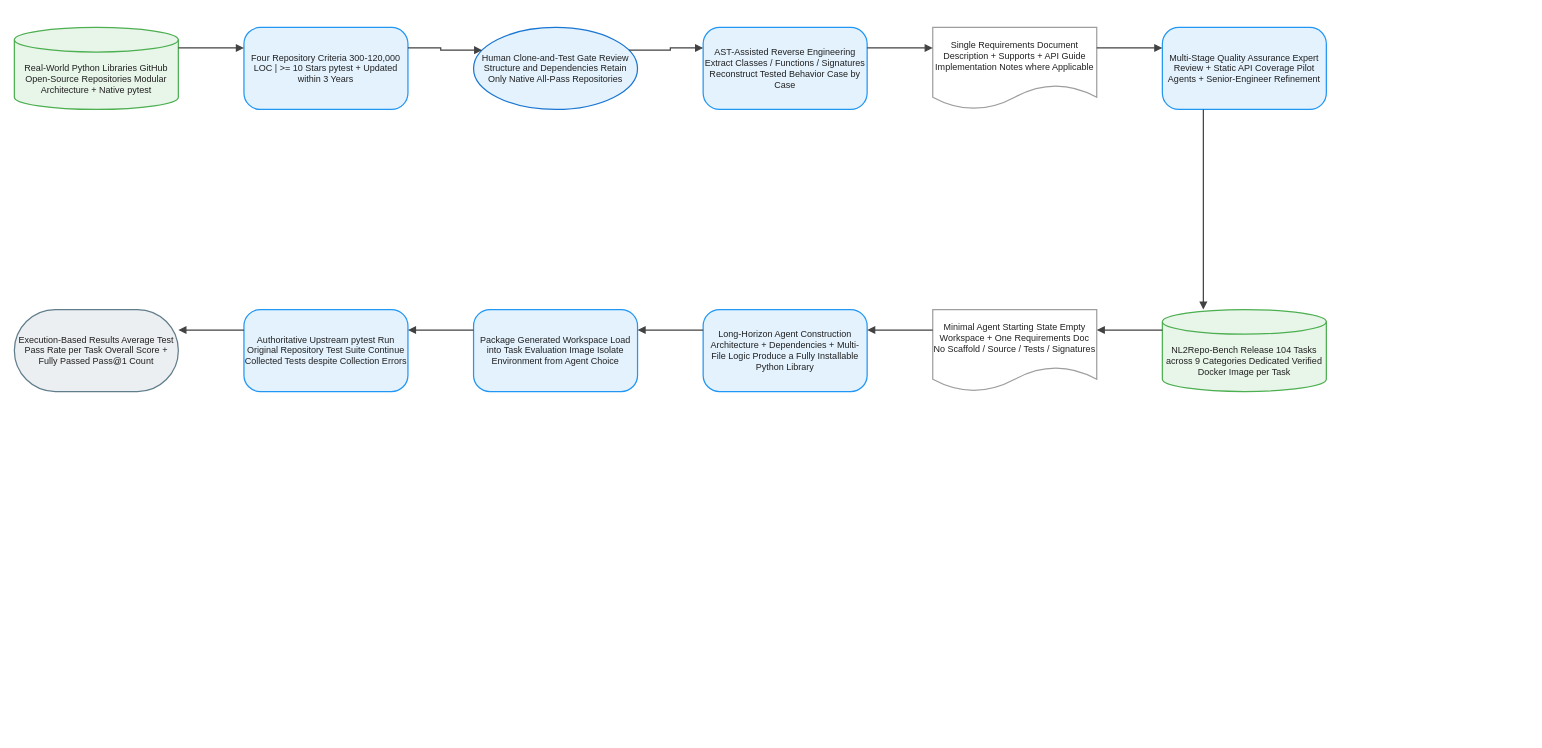
Before: client/public/drawio/NL2Repo-Bench/NL2Repo-Bench.en.drawio in joe1chief/benchmark-hub, a draw.io diagram. Source tidied: cells renumbered, new cells numbered last; positions are measured from the earlier drawing's top-left corner, leaving out a move shared by most shapes. Both pictures are drawn from the tidied source at 82%, with x=0, y=0 at pixel (14, 27).
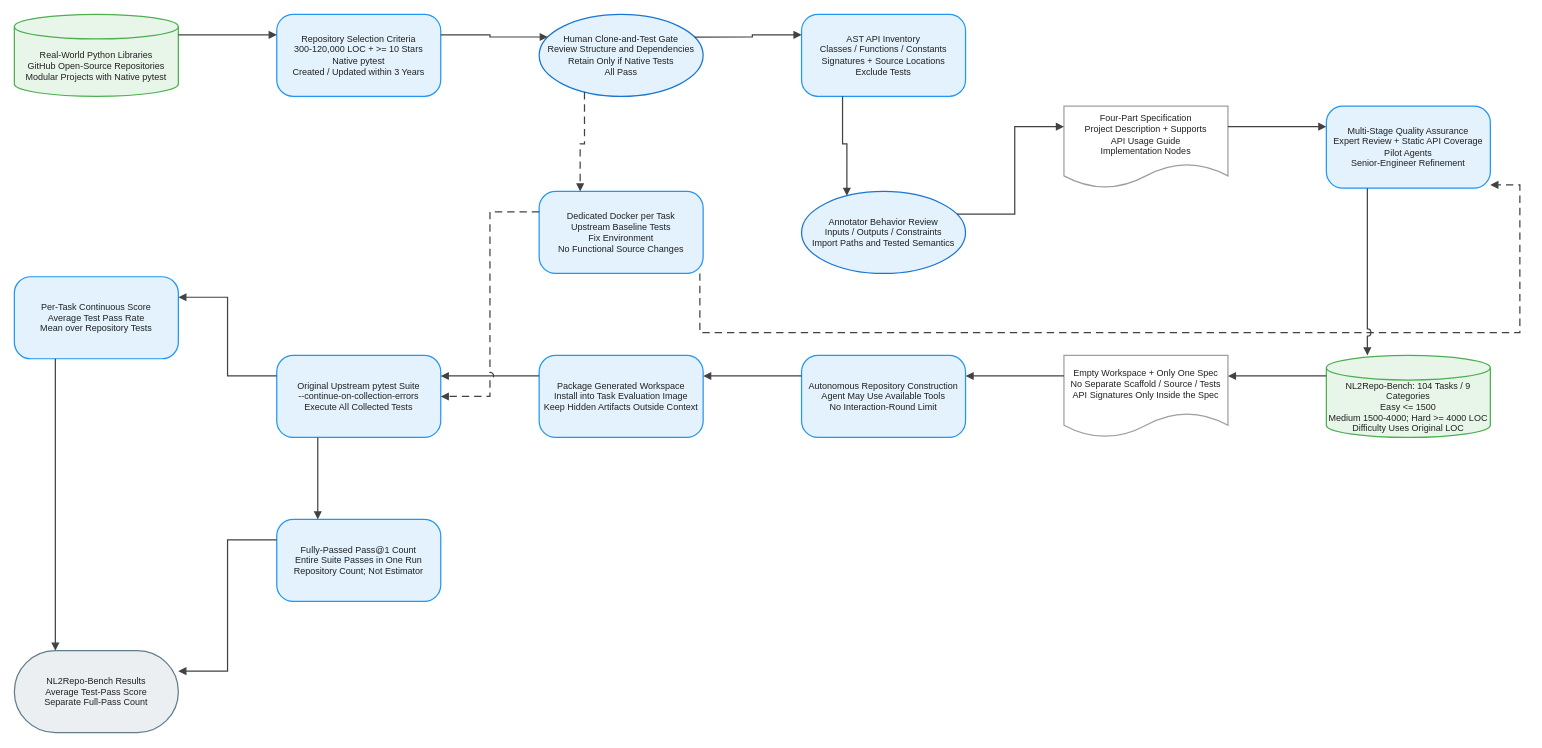
The same page after the edit.

Change to the diagram source:
```diff
@@
-    <mxCell id="2" value="Real-World Python Libraries GitHub Open-Source Repositories Modular Architecture + Native pytest" style="shape=cylinder3;boundedLbl=1;backgroundOutline=1;size=15;html=1;whiteSpace=wrap;fillColor=#E8F5E9;strokeColor=#4CAF50;strokeWidth=1.5;fontColor=#212121;fontSize=11;fontFamily=Arial, Helvetica, sans-serif;verticalAlign=middle;align=center;" parent="1" vertex="1">
-      <mxGeometry width="200" height="100" as="geometry" />
+    <mxCell id="2" value="Real-World Python Libraries&#10;GitHub Open-Source Repositories&#10;Modular Projects with Native pytest" style="shape=cylinder3;boundedLbl=1;backgroundOutline=1;size=15;html=0;convertToSvg=1;whiteSpace=wrap;fillColor=#E8F5E9;strokeColor=#4CAF50;strokeWidth=1.5;fontColor=#212121;fontSize=11;fontFamily=Arial, Helvetica, sans-serif;verticalAlign=middle;align=center;" parent="1" vertex="1">
+      <mxGeometry y="-16" width="200" height="100" as="geometry" />
     </mxCell>
-    <mxCell id="3" value="Four Repository Criteria 300-120,000 LOC | &gt;= 10 Stars pytest + Updated within 3 Years" style="rounded=1;arcSize=20;html=1;whiteSpace=wrap;fillColor=#E3F2FD;strokeColor=#2196F3;strokeWidth=1.5;fontColor=#212121;fontSize=11;fontFamily=Arial, Helvetica, sans-serif;verticalAlign=middle;align=center;" parent="1" vertex="1">
-      <mxGeometry x="280" width="200" height="100" as="geometry" />
+    <mxCell id="3" value="Repository Selection Criteria&#10;300-120,000 LOC + &gt;= 10 Stars&#10;Native pytest&#10;Created / Updated within 3 Years" style="rounded=1;arcSize=20;html=0;convertToSvg=1;whiteSpace=wrap;fillColor=#E3F2FD;strokeColor=#2196F3;strokeWidth=1.5;fontColor=#212121;fontSize=11;fontFamily=Arial, Helvetica, sans-serif;verticalAlign=middle;align=center;" parent="1" vertex="1">
+      <mxGeometry x="320" y="-16" width="200" height="100" as="geometry" />
     </mxCell>
-    <mxCell id="4" value="Human Clone-and-Test Gate Review Structure and Dependencies Retain Only Native All-Pass Repositories" style="ellipse;html=1;whiteSpace=wrap;fillColor=#E3F2FD;strokeColor=#1976D2;strokeWidth=1.5;fontColor=#212121;fontSize=11;fontFamily=Arial, Helvetica, sans-serif;verticalAlign=middle;align=center;" parent="1" vertex="1">
-      <mxGeometry x="560" width="200" height="100" as="geometry" />
+    <mxCell id="4" value="Human Clone-and-Test Gate&#10;Review Structure and Dependencies&#10;Retain Only if Native Tests&#10;All Pass" style="ellipse;html=0;convertToSvg=1;whiteSpace=wrap;fillColor=#E3F2FD;strokeColor=#1976D2;strokeWidth=1.5;fontColor=#212121;fontSize=11;fontFamily=Arial, Helvetica, sans-serif;verticalAlign=middle;align=center;" parent="1" vertex="1">
+      <mxGeometry x="640" y="-16" width="200" height="100" as="geometry" />
     </mxCell>
-    <mxCell id="5" value="AST-Assisted Reverse Engineering Extract Classes / Functions / Signatures Reconstruct Tested Behavior Case by Case" style="rounded=1;arcSize=20;html=1;whiteSpace=wrap;fillColor=#E3F2FD;strokeColor=#2196F3;strokeWidth=1.5;fontColor=#212121;fontSize=11;fontFamily=Arial, Helvetica, sans-serif;verticalAlign=middle;align=center;" parent="1" vertex="1">
-      <mxGeometry x="840" width="200" height="100" as="geometry" />
+    <mxCell id="5" value="AST API Inventory&#10;Classes / Functions / Constants&#10;Signatures + Source Locations&#10;Exclude Tests" style="rounded=1;arcSize=20;html=0;convertToSvg=1;whiteSpace=wrap;fillColor=#E3F2FD;strokeColor=#2196F3;strokeWidth=1.5;fontColor=#212121;fontSize=11;fontFamily=Arial, Helvetica, sans-serif;verticalAlign=middle;align=center;" parent="1" vertex="1">
+      <mxGeometry x="960" y="-16" width="200" height="100" as="geometry" />
     </mxCell>
-    <mxCell id="6" value="Single Requirements Document Description + Supports + API Guide Implementation Notes where Applicable" style="shape=document;boundedLbl=1;html=1;whiteSpace=wrap;fillColor=#FFFFFF;strokeColor=#9E9E9E;strokeWidth=1.5;fontColor=#212121;fontSize=11;fontFamily=Arial, Helvetica, sans-serif;verticalAlign=middle;align=center;" parent="1" vertex="1">
-      <mxGeometry x="1120" width="200" height="100" as="geometry" />
+    <mxCell id="6" value="Annotator Behavior Review&#10;Inputs / Outputs / Constraints&#10;Import Paths and Tested Semantics" style="ellipse;html=0;convertToSvg=1;whiteSpace=wrap;fillColor=#E3F2FD;strokeColor=#1976D2;strokeWidth=1.5;fontColor=#212121;fontSize=11;fontFamily=Arial, Helvetica, sans-serif;verticalAlign=middle;align=center;" parent="1" vertex="1">
+      <mxGeometry x="960" y="200" width="200" height="100" as="geometry" />
     </mxCell>
-    <mxCell id="7" value="Multi-Stage Quality Assurance Expert Review + Static API Coverage Pilot Agents + Senior-Engineer Refinement" style="rounded=1;arcSize=20;html=1;whiteSpace=wrap;fillColor=#E3F2FD;strokeColor=#2196F3;strokeWidth=1.5;fontColor=#212121;fontSize=11;fontFamily=Arial, Helvetica, sans-serif;verticalAlign=middle;align=center;" parent="1" vertex="1">
-      <mxGeometry x="1400" width="200" height="100" as="geometry" />
+    <mxCell id="7" value="Four-Part Specification&#10;Project Description + Supports&#10;API Usage Guide&#10;Implementation Nodes" style="shape=document;boundedLbl=1;html=0;convertToSvg=1;whiteSpace=wrap;fillColor=#FFFFFF;strokeColor=#9E9E9E;strokeWidth=1.5;fontColor=#212121;fontSize=11;fontFamily=Arial, Helvetica, sans-serif;verticalAlign=middle;align=center;" parent="1" vertex="1">
+      <mxGeometry x="1280" y="96" width="200" height="100" as="geometry" />
     </mxCell>
-    <mxCell id="8" value="NL2Repo-Bench Release 104 Tasks across 9 Categories Dedicated Verified Docker Image per Task" style="shape=cylinder3;boundedLbl=1;backgroundOutline=1;size=15;html=1;whiteSpace=wrap;fillColor=#E8F5E9;strokeColor=#4CAF50;strokeWidth=1.5;fontColor=#212121;fontSize=11;fontFamily=Arial, Helvetica, sans-serif;verticalAlign=middle;align=center;" parent="1" vertex="1">
-      <mxGeometry x="1400" y="344" width="200" height="100" as="geometry" />
+    <mxCell id="8" value="Dedicated Docker per Task&#10;Upstream Baseline Tests&#10;Fix Environment&#10;No Functional Source Changes" style="rounded=1;arcSize=20;html=0;convertToSvg=1;whiteSpace=wrap;fillColor=#E3F2FD;strokeColor=#2196F3;strokeWidth=1.5;fontColor=#212121;fontSize=11;fontFamily=Arial, Helvetica, sans-serif;verticalAlign=middle;align=center;" parent="1" vertex="1">
+      <mxGeometry x="640" y="200" width="200" height="100" as="geometry" />
     </mxCell>
-    <mxCell id="9" value="Minimal Agent Starting State Empty Workspace + One Requirements Doc No Scaffold / Source / Tests / Signatures" style="shape=document;boundedLbl=1;html=1;whiteSpace=wrap;fillColor=#FFFFFF;strokeColor=#9E9E9E;strokeWidth=1.5;fontColor=#212121;fontSize=11;fontFamily=Arial, Helvetica, sans-serif;verticalAlign=middle;align=center;" parent="1" vertex="1">
-      <mxGeometry x="1120" y="344" width="200" height="100" as="geometry" />
+    <mxCell id="9" value="Multi-Stage Quality Assurance&#10;Expert Review + Static API Coverage&#10;Pilot Agents&#10;Senior-Engineer Refinement" style="rounded=1;arcSize=20;html=0;convertToSvg=1;whiteSpace=wrap;fillColor=#E3F2FD;strokeColor=#2196F3;strokeWidth=1.5;fontColor=#212121;fontSize=11;fontFamily=Arial, Helvetica, sans-serif;verticalAlign=middle;align=center;" parent="1" vertex="1">
+      <mxGeometry x="1600" y="96" width="200" height="100" as="geometry" />
     </mxCell>
-    <mxCell id="10" value="Long-Horizon Agent Construction Architecture + Dependencies + Multi-File Logic Produce a Fully Installable Python Library" style="rounded=1;arcSize=20;html=1;whiteSpace=wrap;fillColor=#E3F2FD;strokeColor=#2196F3;strokeWidth=1.5;fontColor=#212121;fontSize=11;fontFamily=Arial, Helvetica, sans-serif;verticalAlign=middle;align=center;" parent="1" vertex="1">
-      <mxGeometry x="840" y="344" width="200" height="100" as="geometry" />
+    <mxCell id="10" value="NL2Repo-Bench: 104 Tasks / 9 Categories&#10;Easy &lt;= 1500&#10;Medium 1500-4000; Hard &gt;= 4000 LOC&#10;Difficulty Uses Original LOC" style="shape=cylinder3;boundedLbl=1;backgroundOutline=1;size=15;html=0;convertToSvg=1;whiteSpace=wrap;fillColor=#E8F5E9;strokeColor=#4CAF50;strokeWidth=1.5;fontColor=#212121;fontSize=11;fontFamily=Arial, Helvetica, sans-serif;verticalAlign=middle;align=center;" parent="1" vertex="1">
+      <mxGeometry x="1600" y="400" width="200" height="100" as="geometry" />
     </mxCell>
-    <mxCell id="11" value="Package Generated Workspace Load into Task Evaluation Image Isolate Environment from Agent Choice" style="rounded=1;arcSize=20;html=1;whiteSpace=wrap;fillColor=#E3F2FD;strokeColor=#2196F3;strokeWidth=1.5;fontColor=#212121;fontSize=11;fontFamily=Arial, Helvetica, sans-serif;verticalAlign=middle;align=center;" parent="1" vertex="1">
-      <mxGeometry x="560" y="344" width="200" height="100" as="geometry" />
+    <mxCell id="11" value="Empty Workspace + Only One Spec&#10;No Separate Scaffold / Source / Tests&#10;API Signatures Only Inside the Spec" style="shape=document;boundedLbl=1;html=0;convertToSvg=1;whiteSpace=wrap;fillColor=#FFFFFF;strokeColor=#9E9E9E;strokeWidth=1.5;fontColor=#212121;fontSize=11;fontFamily=Arial, Helvetica, sans-serif;verticalAlign=middle;align=center;" parent="1" vertex="1">
+      <mxGeometry x="1280" y="400" width="200" height="100" as="geometry" />
     </mxCell>
-    <mxCell id="12" value="Authoritative Upstream pytest Run Original Repository Test Suite Continue Collected Tests despite Collection Errors" style="rounded=1;arcSize=20;html=1;whiteSpace=wrap;fillColor=#E3F2FD;strokeColor=#2196F3;strokeWidth=1.5;fontColor=#212121;fontSize=11;fontFamily=Arial, Helvetica, sans-serif;verticalAlign=middle;align=center;" parent="1" vertex="1">
-      <mxGeometry x="280" y="344" width="200" height="100" as="geometry" />
+    <mxCell id="12" value="Autonomous Repository Construction&#10;Agent May Use Available Tools&#10;No Interaction-Round Limit" style="rounded=1;arcSize=20;html=0;convertToSvg=1;whiteSpace=wrap;fillColor=#E3F2FD;strokeColor=#2196F3;strokeWidth=1.5;fontColor=#212121;fontSize=11;fontFamily=Arial, Helvetica, sans-serif;verticalAlign=middle;align=center;" parent="1" vertex="1">
+      <mxGeometry x="960" y="400" width="200" height="100" as="geometry" />
     </mxCell>
-    <mxCell id="13" value="Execution-Based Results Average Test Pass Rate per Task Overall Score + Fully Passed Pass@1 Count" style="rounded=1;arcSize=50;html=1;whiteSpace=wrap;fillColor=#ECEFF1;strokeColor=#607D8B;strokeWidth=1.5;fontColor=#212121;fontSize=11;fontFamily=Arial, Helvetica, sans-serif;verticalAlign=middle;align=center;" parent="1" vertex="1">
-      <mxGeometry y="344" width="200" height="100" as="geometry" />
+    <mxCell id="13" value="Package Generated Workspace&#10;Install into Task Evaluation Image&#10;Keep Hidden Artifacts Outside Context" style="rounded=1;arcSize=20;html=0;convertToSvg=1;whiteSpace=wrap;fillColor=#E3F2FD;strokeColor=#2196F3;strokeWidth=1.5;fontColor=#212121;fontSize=11;fontFamily=Arial, Helvetica, sans-serif;verticalAlign=middle;align=center;" parent="1" vertex="1">
+      <mxGeometry x="640" y="400" width="200" height="100" as="geometry" />
     </mxCell>
-    <mxCell id="14" style="edgeStyle=orthogonalEdgeStyle;rounded=0;jettySize=auto;html=1;strokeColor=#424242;strokeWidth=1.5;endArrow=block;endFill=1;exitX=1;exitY=0.25;exitDx=0;exitDy=0;entryX=0;entryY=0.25;entryDx=0;entryDy=0;jumpStyle=arc;jumpSize=8;" parent="1" edge="1" source="2" target="3">
-      <mxGeometry relative="1" as="geometry" />
+    <mxCell id="14" value="Original Upstream pytest Suite&#10;--continue-on-collection-errors&#10;Execute All Collected Tests" style="rounded=1;arcSize=20;html=0;convertToSvg=1;whiteSpace=wrap;fillColor=#E3F2FD;strokeColor=#2196F3;strokeWidth=1.5;fontColor=#212121;fontSize=11;fontFamily=Arial, Helvetica, sans-serif;verticalAlign=middle;align=center;" parent="1" vertex="1">
+      <mxGeometry x="320" y="400" width="200" height="100" as="geometry" />
     </mxCell>
-    <mxCell id="15" style="edgeStyle=orthogonalEdgeStyle;rounded=0;jettySize=auto;html=1;strokeColor=#424242;strokeWidth=1.5;endArrow=block;endFill=1;exitX=1;exitY=0.25;exitDx=0;exitDy=0;entryX=0;entryY=0.25;entryDx=0;entryDy=0;jumpStyle=arc;jumpSize=8;" parent="1" edge="1" source="3" target="4">
-      <mxGeometry relative="1" as="geometry" />
+    <mxCell id="15" value="Per-Task Continuous Score&#10;Average Test Pass Rate&#10;Mean over Repository Tests" style="rounded=1;arcSize=20;html=0;convertToSvg=1;whiteSpace=wrap;fillColor=#E3F2FD;strokeColor=#2196F3;strokeWidth=1.5;fontColor=#212121;fontSize=11;fontFamily=Arial, Helvetica, sans-serif;verticalAlign=middle;align=center;" parent="1" vertex="1">
+      <mxGeometry y="304" width="200" height="100" as="geometry" />
     </mxCell>
-    <mxCell id="16" style="edgeStyle=orthogonalEdgeStyle;rounded=0;jettySize=auto;html=1;strokeColor=#424242;strokeWidth=1.5;endArrow=block;endFill=1;exitX=1;exitY=0.25;exitDx=0;exitDy=0;entryX=0;entryY=0.25;entryDx=0;entryDy=0;jumpStyle=arc;jumpSize=8;" parent="1" edge="1" source="4" target="5">
-      <mxGeometry relative="1" as="geometry" />
+    <mxCell id="16" value="Fully-Passed Pass@1 Count&#10;Entire Suite Passes in One Run&#10;Repository Count; Not Estimator" style="rounded=1;arcSize=20;html=0;convertToSvg=1;whiteSpace=wrap;fillColor=#E3F2FD;strokeColor=#2196F3;strokeWidth=1.5;fontColor=#212121;fontSize=11;fontFamily=Arial, Helvetica, sans-serif;verticalAlign=middle;align=center;" parent="1" vertex="1">
+      <mxGeometry x="320" y="600" width="200" height="100" as="geometry" />
     </mxCell>
-    <mxCell id="17" style="edgeStyle=orthogonalEdgeStyle;rounded=0;jettySize=auto;html=1;strokeColor=#424242;strokeWidth=1.5;endArrow=block;endFill=1;exitX=1;exitY=0.25;exitDx=0;exitDy=0;entryX=0;entryY=0.25;entryDx=0;entryDy=0;jumpStyle=arc;jumpSize=8;" parent="1" edge="1" source="5" target="6">
-      <mxGeometry relative="1" as="geometry" />
+    <mxCell id="17" value="NL2Repo-Bench Results&#10;Average Test-Pass Score&#10;Separate Full-Pass Count" style="rounded=1;arcSize=50;html=0;convertToSvg=1;whiteSpace=wrap;fillColor=#ECEFF1;strokeColor=#607D8B;strokeWidth=1.5;fontColor=#212121;fontSize=11;fontFamily=Arial, Helvetica, sans-serif;verticalAlign=middle;align=center;" parent="1" vertex="1">
+      <mxGeometry y="760" width="200" height="100" as="geometry" />
     </mxCell>
-    <mxCell id="18" style="edgeStyle=orthogonalEdgeStyle;rounded=0;jettySize=auto;html=1;strokeColor=#424242;strokeWidth=1.5;endArrow=block;endFill=1;exitX=1;exitY=0.25;exitDx=0;exitDy=0;entryX=0;entryY=0.25;entryDx=0;entryDy=0;jumpStyle=arc;jumpSize=8;" parent="1" edge="1" source="6" target="7">
+    <mxCell id="18" style="edgeStyle=orthogonalEdgeStyle;rounded=0;jettySize=auto;html=0;convertToSvg=1;strokeColor=#424242;strokeWidth=1.5;endArrow=block;endFill=1;exitX=1;exitY=0.25;exitDx=0;exitDy=0;entryX=0;entryY=0.25;entryDx=0;entryDy=0;jumpStyle=arc;jumpSize=8;" parent="1" edge="1" source="2" target="3">
       <mxGeometry relative="1" as="geometry" />
     </mxCell>
-    <mxCell id="19" style="edgeStyle=orthogonalEdgeStyle;rounded=0;jettySize=auto;html=1;strokeColor=#424242;strokeWidth=1.5;endArrow=block;endFill=1;exitX=0.25;exitY=1;exitDx=0;exitDy=0;entryX=0.25;entryY=0;entryDx=0;entryDy=0;jumpStyle=arc;jumpSize=8;" parent="1" edge="1" source="7" target="8">
+    <mxCell id="19" style="edgeStyle=orthogonalEdgeStyle;rounded=0;jettySize=auto;html=0;convertToSvg=1;strokeColor=#424242;strokeWidth=1.5;endArrow=block;endFill=1;exitX=1;exitY=0.25;exitDx=0;exitDy=0;entryX=0;entryY=0.25;entryDx=0;entryDy=0;jumpStyle=arc;jumpSize=8;" parent="1" edge="1" source="3" target="4">
       <mxGeometry relative="1" as="geometry" />
     </mxCell>
-    <mxCell id="20" style="edgeStyle=orthogonalEdgeStyle;rounded=0;jettySize=auto;html=1;strokeColor=#424242;strokeWidth=1.5;endArrow=block;endFill=1;exitX=0;exitY=0.25;exitDx=0;exitDy=0;entryX=1;entryY=0.25;entryDx=0;entryDy=0;jumpStyle=arc;jumpSize=8;" parent="1" edge="1" source="8" target="9">
+    <mxCell id="20" style="edgeStyle=orthogonalEdgeStyle;rounded=0;jettySize=auto;html=0;convertToSvg=1;strokeColor=#424242;strokeWidth=1.5;endArrow=block;endFill=1;exitX=1;exitY=0.25;exitDx=0;exitDy=0;entryX=0;entryY=0.25;entryDx=0;entryDy=0;jumpStyle=arc;jumpSize=8;" parent="1" edge="1" source="4" target="5">
       <mxGeometry relative="1" as="geometry" />
     </mxCell>
-    <mxCell id="21" style="edgeStyle=orthogonalEdgeStyle;rounded=0;jettySize=auto;html=1;strokeColor=#424242;strokeWidth=1.5;endArrow=block;endFill=1;exitX=0;exitY=0.25;exitDx=0;exitDy=0;entryX=1;entryY=0.25;entryDx=0;entryDy=0;jumpStyle=arc;jumpSize=8;" parent="1" edge="1" source="9" target="10">
+    <mxCell id="21" style="edgeStyle=orthogonalEdgeStyle;rounded=0;jettySize=auto;html=0;convertToSvg=1;strokeColor=#424242;strokeWidth=1.5;endArrow=block;endFill=1;exitX=0.25;exitY=1;exitDx=0;exitDy=0;entryX=0.25;entryY=0;entryDx=0;entryDy=0;jumpStyle=arc;jumpSize=8;" parent="1" edge="1" source="5" target="6">
       <mxGeometry relative="1" as="geometry" />
     </mxCell>
-    <mxCell id="22" style="edgeStyle=orthogonalEdgeStyle;rounded=0;jettySize=auto;html=1;strokeColor=#424242;strokeWidth=1.5;endArrow=block;endFill=1;exitX=0;exitY=0.25;exitDx=0;exitDy=0;entryX=1;entryY=0.25;entryDx=0;entryDy=0;jumpStyle=arc;jumpSize=8;" parent="1" edge="1" source="10" target="11">
+    <mxCell id="22" style="edgeStyle=orthogonalEdgeStyle;rounded=0;jettySize=auto;html=0;convertToSvg=1;strokeColor=#424242;strokeWidth=1.5;endArrow=block;endFill=1;exitX=1;exitY=0.25;exitDx=0;exitDy=0;entryX=0;entryY=0.25;entryDx=0;entryDy=0;jumpStyle=arc;jumpSize=8;" parent="1" edge="1" source="6" target="7">
       <mxGeometry relative="1" as="geometry" />
     </mxCell>
-    <mxCell id="23" style="edgeStyle=orthogonalEdgeStyle;rounded=0;jettySize=auto;html=1;strokeColor=#424242;strokeWidth=1.5;endArrow=block;endFill=1;exitX=0;exitY=0.25;exitDx=0;exitDy=0;entryX=1;entryY=0.25;entryDx=0;entryDy=0;jumpStyle=arc;jumpSize=8;" parent="1" edge="1" source="11" target="12">
+    <mxCell id="23" style="edgeStyle=orthogonalEdgeStyle;rounded=0;jettySize=auto;html=0;convertToSvg=1;strokeColor=#424242;strokeWidth=1.5;endArrow=block;endFill=1;exitX=0.25;exitY=1;exitDx=0;exitDy=0;entryX=0.25;entryY=0;entryDx=0;entryDy=0;dashed=1;dashPattern=6 4;jumpStyle=arc;jumpSize=8;" parent="1" edge="1" source="4" target="8">
       <mxGeometry relative="1" as="geometry" />
     </mxCell>
-    <mxCell id="24" style="edgeStyle=orthogonalEdgeStyle;rounded=0;jettySize=auto;html=1;strokeColor=#424242;strokeWidth=1.5;endArrow=block;endFill=1;exitX=0;exitY=0.25;exitDx=0;exitDy=0;entryX=1;entryY=0.25;entryDx=0;entryDy=0;jumpStyle=arc;jumpSize=8;" parent="1" edge="1" source="12" target="13">
+    <mxCell id="24" style="edgeStyle=orthogonalEdgeStyle;rounded=0;jettySize=auto;html=0;convertToSvg=1;strokeColor=#424242;strokeWidth=1.5;endArrow=block;endFill=1;exitX=1;exitY=0.25;exitDx=0;exitDy=0;entryX=0;entryY=0.25;entryDx=0;entryDy=0;jumpStyle=arc;jumpSize=8;" parent="1" edge="1" source="7" target="9">
       <mxGeometry relative="1" as="geometry" />
     </mxCell>
+    <mxCell id="25" style="edgeStyle=orthogonalEdgeStyle;rounded=0;jettySize=auto;html=0;convertToSvg=1;strokeColor=#424242;strokeWidth=1.5;endArrow=block;endFill=1;dashed=1;dashPattern=6 4;jumpStyle=arc;jumpSize=8;" parent="1" edge="1" source="8" target="9">
+      <mxGeometry relative="1" as="geometry">
+        <Array as="points">
+          <mxPoint x="836" y="372" />
+          <mxPoint x="1836" y="372" />
+          <mxPoint x="1836" y="192" />
+        </Array>
+      </mxGeometry>
+    </mxCell>
+    <mxCell id="26" style="edgeStyle=orthogonalEdgeStyle;rounded=0;jettySize=auto;html=0;convertToSvg=1;strokeColor=#424242;strokeWidth=1.5;endArrow=block;endFill=1;exitX=0.25;exitY=1;exitDx=0;exitDy=0;entryX=0.25;entryY=0;entryDx=0;entryDy=0;jumpStyle=arc;jumpSize=8;" parent="1" edge="1" source="9" target="10">
+      <mxGeometry relative="1" as="geometry" />
+    </mxCell>
+    <mxCell id="27" style="edgeStyle=orthogonalEdgeStyle;rounded=0;jettySize=auto;html=0;convertToSvg=1;strokeColor=#424242;strokeWidth=1.5;endArrow=block;endFill=1;exitX=0;exitY=0.25;exitDx=0;exitDy=0;entryX=1;entryY=0.25;entryDx=0;entryDy=0;jumpStyle=arc;jumpSize=8;" parent="1" edge="1" source="10" target="11">
+      <mxGeometry relative="1" as="geometry" />
+    </mxCell>
+    <mxCell id="28" style="edgeStyle=orthogonalEdgeStyle;rounded=0;jettySize=auto;html=0;convertToSvg=1;strokeColor=#424242;strokeWidth=1.5;endArrow=block;endFill=1;exitX=0;exitY=0.25;exitDx=0;exitDy=0;entryX=1;entryY=0.25;entryDx=0;entryDy=0;jumpStyle=arc;jumpSize=8;" parent="1" edge="1" source="11" target="12">
+      <mxGeometry relative="1" as="geometry" />
+    </mxCell>
+    <mxCell id="29" style="edgeStyle=orthogonalEdgeStyle;rounded=0;jettySize=auto;html=0;convertToSvg=1;strokeColor=#424242;strokeWidth=1.5;endArrow=block;endFill=1;exitX=0;exitY=0.25;exitDx=0;exitDy=0;entryX=1;entryY=0.25;entryDx=0;entryDy=0;jumpStyle=arc;jumpSize=8;" parent="1" edge="1" source="12" target="13">
+      <mxGeometry relative="1" as="geometry" />
+    </mxCell>
+    <mxCell id="30" style="edgeStyle=orthogonalEdgeStyle;rounded=0;jettySize=auto;html=0;convertToSvg=1;strokeColor=#424242;strokeWidth=1.5;endArrow=block;endFill=1;exitX=0;exitY=0.25;exitDx=0;exitDy=0;entryX=1;entryY=0.25;entryDx=0;entryDy=0;jumpStyle=arc;jumpSize=8;" parent="1" edge="1" source="13" target="14">
+      <mxGeometry relative="1" as="geometry" />
+    </mxCell>
+    <mxCell id="31" style="edgeStyle=orthogonalEdgeStyle;rounded=0;jettySize=auto;html=0;convertToSvg=1;strokeColor=#424242;strokeWidth=1.5;endArrow=block;endFill=1;exitX=0;exitY=0.25;exitDx=0;exitDy=0;entryX=1;entryY=0.5;entryDx=0;entryDy=0;dashed=1;dashPattern=6 4;jumpStyle=arc;jumpSize=8;" parent="1" edge="1" source="8" target="14">
+      <mxGeometry relative="1" as="geometry" />
+    </mxCell>
+    <mxCell id="32" style="edgeStyle=orthogonalEdgeStyle;rounded=0;jettySize=auto;html=0;convertToSvg=1;strokeColor=#424242;strokeWidth=1.5;endArrow=block;endFill=1;exitX=0;exitY=0.25;exitDx=0;exitDy=0;entryX=1;entryY=0.25;entryDx=0;entryDy=0;jumpStyle=arc;jumpSize=8;" parent="1" edge="1" source="14" target="15">
+      <mxGeometry relative="1" as="geometry" />
+    </mxCell>
+    <mxCell id="33" style="edgeStyle=orthogonalEdgeStyle;rounded=0;jettySize=auto;html=0;convertToSvg=1;strokeColor=#424242;strokeWidth=1.5;endArrow=block;endFill=1;exitX=0.25;exitY=1;exitDx=0;exitDy=0;entryX=0.25;entryY=0;entryDx=0;entryDy=0;jumpStyle=arc;jumpSize=8;" parent="1" edge="1" source="14" target="16">
+      <mxGeometry relative="1" as="geometry" />
+    </mxCell>
+    <mxCell id="34" style="edgeStyle=orthogonalEdgeStyle;rounded=0;jettySize=auto;html=0;convertToSvg=1;strokeColor=#424242;strokeWidth=1.5;endArrow=block;endFill=1;exitX=0.25;exitY=1;exitDx=0;exitDy=0;entryX=0.25;entryY=0;entryDx=0;entryDy=0;jumpStyle=arc;jumpSize=8;" parent="1" edge="1" source="15" target="17">
+      <mxGeometry relative="1" as="geometry" />
+    </mxCell>
+    <mxCell id="35" style="edgeStyle=orthogonalEdgeStyle;rounded=0;jettySize=auto;html=0;convertToSvg=1;strokeColor=#424242;strokeWidth=1.5;endArrow=block;endFill=1;exitX=0;exitY=0.25;exitDx=0;exitDy=0;entryX=1;entryY=0.25;entryDx=0;entryDy=0;jumpStyle=arc;jumpSize=8;" parent="1" edge="1" source="16" target="17">
+      <mxGeometry relative="1" as="geometry" />
+    </mxCell>
```
